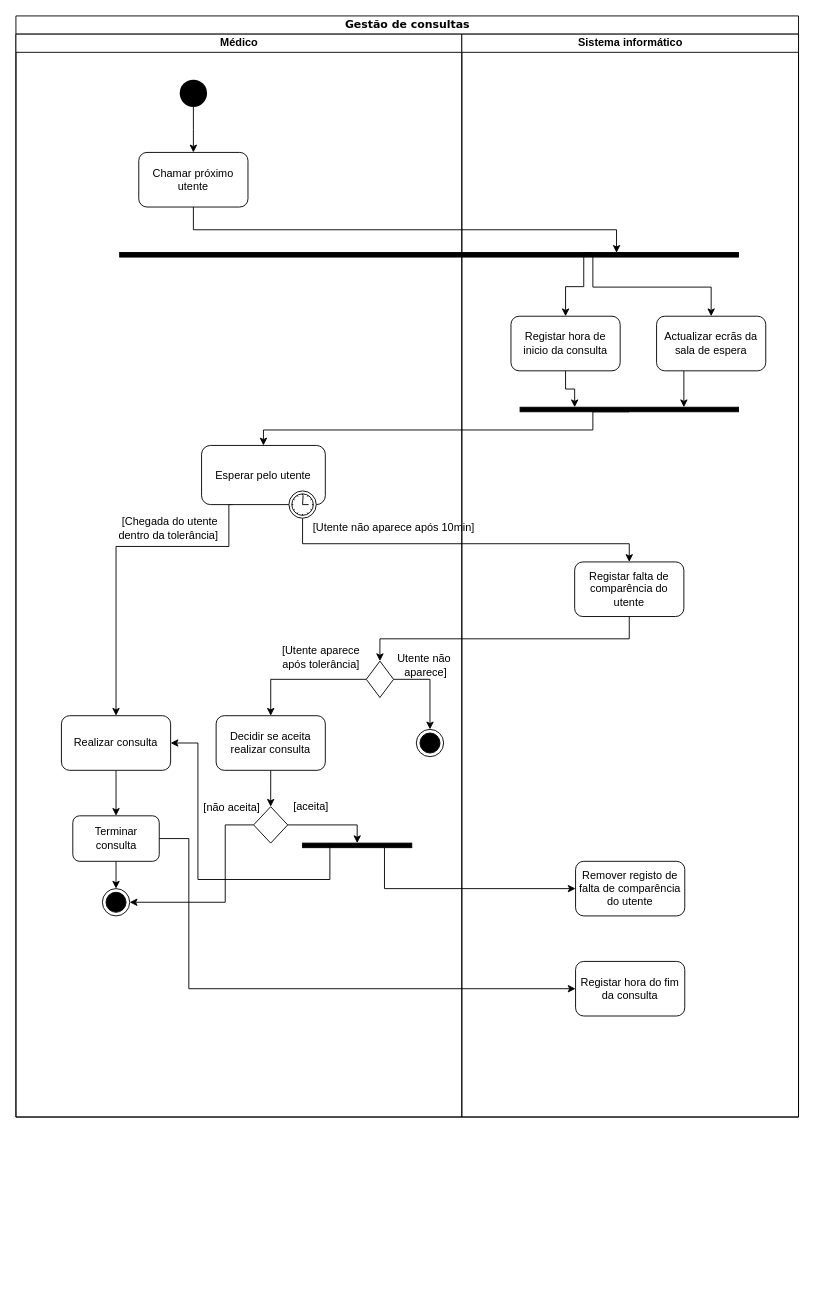
This is page "Gestão consulta" (6 of 6) of Diagramas de actividades.drawio from carlan92/Hospital_Management_System, a draw.io file, before an edit. Source tidied: cells renumbered, new cells numbered last; positions are measured from the earlier drawing's top-left corner, leaving out a move shared by most shapes. Both pictures are drawn from the tidied source at 91%, with x=0, y=0 at pixel (15, 15).
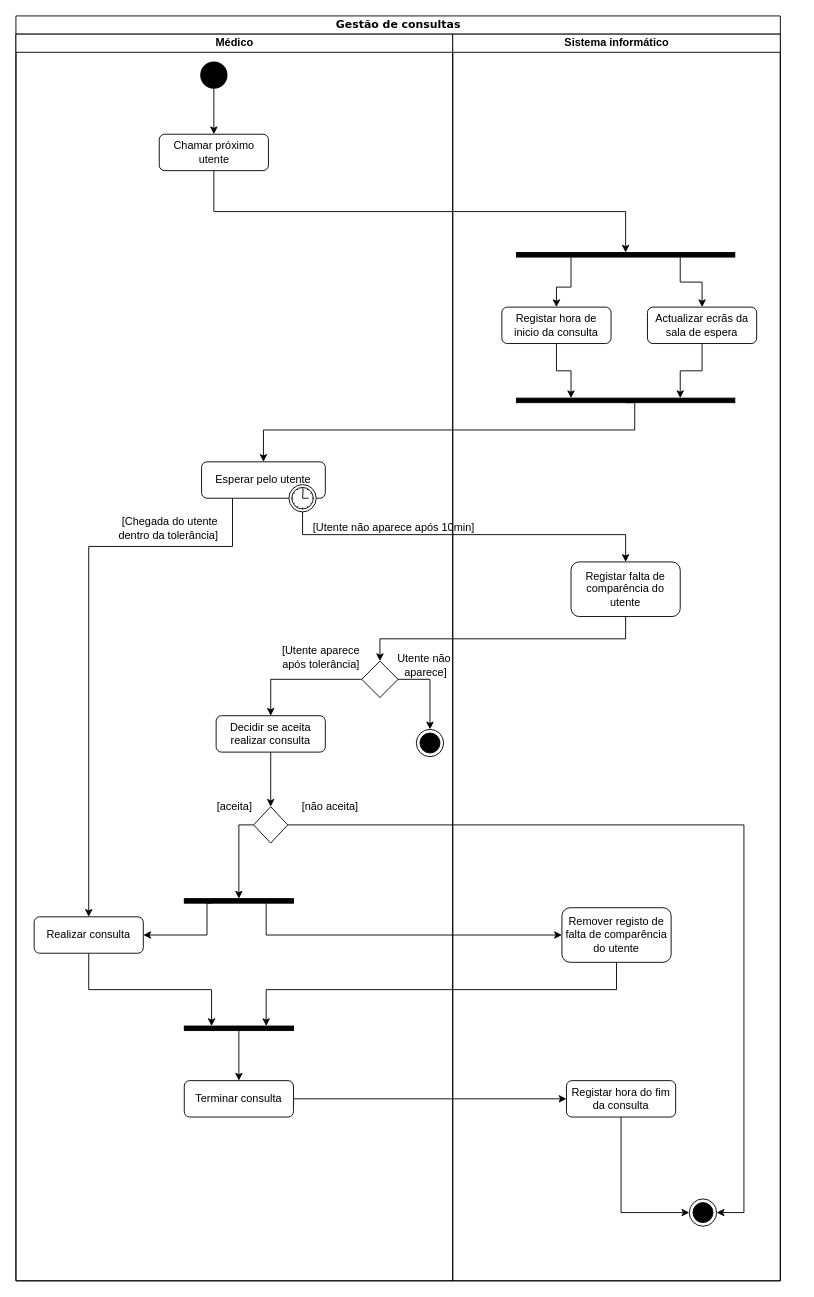
Above is the later version.

Unchanged cells that the change refers to:
```xml
<mxCell id="16" style="rhombus;whiteSpace=wrap;html=1;" parent="6" vertex="1">
  <mxGeometry x="261.2" y="849" width="37.5" height="40" as="geometry" />
</mxCell>
<mxCell id="28" style="shape=mxgraph.bpmn.timer_start;perimeter=ellipsePerimeter;html=1;verticalLabelPosition=bottom;verticalAlign=top;outlineConnect=0;" parent="27" vertex="1">
  <mxGeometry x="1" y="1" width="30" height="30" relative="1" as="geometry">
    <mxPoint x="-40" y="-15" as="offset" />
  </mxGeometry>
</mxCell>
```

What changed in the source:
```diff
@@
     <mxCell id="2" value="Gestão de consultas" style="swimlane;html=1;startSize=20;rounded=0;shadow=0;comic=0;labelBackgroundColor=none;strokeWidth=1;fontFamily=Verdana;fontSize=12;align=center;" parent="1" vertex="1">
-      <mxGeometry width="860" height="1210" as="geometry" />
+      <mxGeometry width="840" height="1390" as="geometry" />
     </mxCell>
-    <mxCell id="3" style="edgeStyle=orthogonalEdgeStyle;rounded=0;jettySize=auto;html=1;exitX=0.5;exitY=1;exitDx=0;exitDy=0;entryX=0.197;entryY=0.941;entryDx=0;entryDy=0;entryPerimeter=0;strokeColor=#000000;" parent="2" edge="1" source="9" target="47">
+    <mxCell id="3" style="edgeStyle=orthogonalEdgeStyle;rounded=0;jettySize=auto;html=1;exitX=0.5;exitY=1;exitDx=0;exitDy=0;strokeColor=#000000;" parent="2" edge="1" source="9" target="47">
       <mxGeometry relative="1" as="geometry" />
     </mxCell>
     <mxCell id="4" style="edgeStyle=orthogonalEdgeStyle;rounded=0;jettySize=auto;html=1;exitX=0.5;exitY=0;exitDx=0;exitDy=0;strokeColor=#000000;" parent="2" edge="1" source="48" target="27">
       <mxGeometry relative="1" as="geometry">
         <Array as="points">
-          <mxPoint x="634" y="455" />
+          <mxPoint x="680" y="455" />
           <mxPoint x="272" y="455" />
         </Array>
       </mxGeometry>
     </mxCell>
     <mxCell id="5" style="edgeStyle=orthogonalEdgeStyle;rounded=0;jettySize=auto;html=1;exitX=0.5;exitY=1;exitDx=0;exitDy=0;exitPerimeter=0;strokeColor=#000000;entryX=0.5;entryY=0;entryDx=0;entryDy=0;" parent="2" edge="1" source="28" target="42">
       <mxGeometry relative="1" as="geometry">
         <Array as="points">
-          <mxPoint x="315" y="580" />
-          <mxPoint x="674" y="580" />
+          <mxPoint x="315" y="570" />
+          <mxPoint x="670" y="570" />
         </Array>
       </mxGeometry>
     </mxCell>
+    <mxCell id="36" style="edgeStyle=orthogonalEdgeStyle;rounded=0;jettySize=auto;html=1;exitX=0.25;exitY=0;exitDx=0;exitDy=0;entryX=0;entryY=0.5;entryDx=0;entryDy=0;strokeColor=#000000;" parent="2" edge="1" source="25" target="43">
+      <mxGeometry relative="1" as="geometry">
+        <Array as="points">
+          <mxPoint x="275" y="1010" />
+        </Array>
+      </mxGeometry>
+    </mxCell>
+    <mxCell id="35" style="edgeStyle=orthogonalEdgeStyle;rounded=0;jettySize=auto;html=1;entryX=0;entryY=0.5;entryDx=0;entryDy=0;" parent="2" edge="1" source="18" target="44">
+      <mxGeometry relative="1" as="geometry" />
+    </mxCell>
     <mxCell id="6" value="Médico" style="swimlane;html=1;startSize=20;" parent="2" vertex="1">
-      <mxGeometry y="20" width="490" height="1190" as="geometry" />
+      <mxGeometry y="20" width="480" height="1370" as="geometry" />
     </mxCell>
     <mxCell id="7" style="ellipse;fillColor=#000000;strokeColor=none;" parent="6" vertex="1">
-      <mxGeometry x="180" y="50" width="30" height="30" as="geometry" />
+      <mxGeometry x="202.5" y="30" width="30" height="30" as="geometry" />
     </mxCell>
     <mxCell id="8" style="edgeStyle=orthogonalEdgeStyle;rounded=0;jettySize=auto;html=1;exitX=0.5;exitY=1;exitDx=0;exitDy=0;entryX=0.5;entryY=0;entryDx=0;entryDy=0;" parent="6" edge="1" source="7">
       <mxGeometry relative="1" as="geometry">
-        <mxPoint x="195" y="130" as="targetPoint" />
+        <mxPoint x="217.5" y="110" as="targetPoint" />
       </mxGeometry>
     </mxCell>
     <mxCell id="9" value="Chamar próximo utente" style="rounded=1;whiteSpace=wrap;html=1;" parent="6" vertex="1">
-      <mxGeometry x="135" y="130" width="120" height="60" as="geometry" />
+      <mxGeometry x="157.5" y="110" width="120" height="40" as="geometry" />
     </mxCell>
-    <mxCell id="10" style="edgeStyle=orthogonalEdgeStyle;rounded=0;jettySize=auto;html=1;exitX=0.5;exitY=1;exitDx=0;exitDy=0;entryX=0.5;entryY=0;entryDx=0;entryDy=0;" parent="6" edge="1" source="11">
+    <mxCell id="10" style="edgeStyle=orthogonalEdgeStyle;rounded=0;jettySize=auto;html=1;exitX=0.5;exitY=1;exitDx=0;exitDy=0;entryX=0.75;entryY=1;entryDx=0;entryDy=0;" parent="6" edge="1" source="11" target="51">
       <mxGeometry relative="1" as="geometry">
-        <mxPoint x="110" y="859" as="targetPoint" />
+        <Array as="points">
+          <mxPoint x="80" y="1050" />
+          <mxPoint x="215" y="1050" />
+        </Array>
       </mxGeometry>
     </mxCell>
     <mxCell id="11" value="Realizar consulta" style="rounded=1;whiteSpace=wrap;html=1;" parent="6" vertex="1">
-      <mxGeometry x="50" y="749" width="120" height="60" as="geometry" />
+      <mxGeometry x="20" y="970" width="120" height="40" as="geometry" />
     </mxCell>
@@
     <mxCell id="13" value="Decidir se aceita realizar consulta" style="rounded=1;whiteSpace=wrap;html=1;" parent="6" vertex="1">
-      <mxGeometry x="220" y="749" width="120" height="60" as="geometry" />
+      <mxGeometry x="220" y="749" width="120" height="40" as="geometry" />
     </mxCell>
-    <mxCell id="14" style="edgeStyle=orthogonalEdgeStyle;rounded=0;jettySize=auto;html=1;exitX=1;exitY=0.5;exitDx=0;exitDy=0;entryX=0.5;entryY=1;entryDx=0;entryDy=0;strokeColor=#000000;" parent="6" edge="1" source="16" target="25">
-      <mxGeometry relative="1" as="geometry" />
+    <mxCell id="14" style="edgeStyle=orthogonalEdgeStyle;rounded=0;jettySize=auto;html=1;entryX=0.5;entryY=1;entryDx=0;entryDy=0;exitX=0;exitY=0.5;exitDx=0;exitDy=0;" parent="6" edge="1" source="16" target="25">
+      <mxGeometry relative="1" as="geometry">
+        <Array as="points">
+          <mxPoint x="245" y="869" />
+        </Array>
+      </mxGeometry>
     </mxCell>
-    <mxCell id="15" style="edgeStyle=orthogonalEdgeStyle;rounded=0;jettySize=auto;html=1;exitX=0;exitY=0.5;exitDx=0;exitDy=0;entryX=1;entryY=0.5;entryDx=0;entryDy=0;strokeColor=#000000;" parent="6" edge="1" source="16" target="19">
-      <mxGeometry relative="1" as="geometry">
-        <Array as="points">
-          <mxPoint x="230" y="869" />
-          <mxPoint x="230" y="954" />
-        </Array>
-      </mxGeometry>
-    </mxCell>
@@
-    <mxCell id="17" style="edgeStyle=orthogonalEdgeStyle;rounded=0;jettySize=auto;html=1;exitX=0.5;exitY=1;exitDx=0;exitDy=0;entryX=0.5;entryY=0;entryDx=0;entryDy=0;strokeColor=#000000;" parent="6" edge="1" source="18" target="19">
-      <mxGeometry relative="1" as="geometry" />
-    </mxCell>
     <mxCell id="18" value="Terminar consulta" style="rounded=1;whiteSpace=wrap;html=1;" parent="6" vertex="1">
-      <mxGeometry x="62.5" y="859" width="95" height="50" as="geometry" />
+      <mxGeometry x="185" y="1150" width="120" height="40" as="geometry" />
     </mxCell>
-    <mxCell id="19" style="ellipse;html=1;shape=endState;fillColor=#000000;strokeColor=#000000;" parent="6" vertex="1">
-      <mxGeometry x="95" y="939" width="30" height="30" as="geometry" />
-    </mxCell>
@@
     <mxCell id="22" value="[não aceita]" style="text;html=1;align=center;verticalAlign=middle;" parent="6" vertex="1">
-      <mxGeometry x="197.2" y="840" width="80" height="20" as="geometry" />
+      <mxGeometry x="305" y="839" width="80" height="20" as="geometry" />
     </mxCell>
-    <mxCell id="23" value="[aceita]" style="text;html=1;align=center;verticalAlign=middle;" parent="6" vertex="1">
-      <mxGeometry x="299" y="839" width="50" height="20" as="geometry" />
-    </mxCell>
-    <mxCell id="24" style="edgeStyle=orthogonalEdgeStyle;rounded=0;jettySize=auto;html=1;exitX=0.75;exitY=1;exitDx=0;exitDy=0;entryX=1;entryY=0.5;entryDx=0;entryDy=0;strokeColor=#000000;" parent="6" edge="1" source="25" target="11">
+    <mxCell id="24" style="edgeStyle=orthogonalEdgeStyle;rounded=0;jettySize=auto;html=1;entryX=1;entryY=0.5;entryDx=0;entryDy=0;strokeColor=#000000;exitX=0.75;exitY=0;exitDx=0;exitDy=0;" parent="6" edge="1" source="25" target="11">
       <mxGeometry relative="1" as="geometry">
         <Array as="points">
-          <mxPoint x="345" y="929" />
-          <mxPoint x="200" y="929" />
-          <mxPoint x="200" y="779" />
+          <mxPoint x="210" y="990" />
         </Array>
       </mxGeometry>
     </mxCell>
     <mxCell id="25" style="rounded=0;whiteSpace=wrap;html=1;fillColor=#000000;direction=west;" parent="6" vertex="1">
-      <mxGeometry x="315" y="889" width="120" height="5" as="geometry" />
+      <mxGeometry x="185" y="950" width="120" height="5" as="geometry" />
     </mxCell>
-    <mxCell id="26" style="edgeStyle=orthogonalEdgeStyle;rounded=0;jettySize=auto;html=1;exitX=0.25;exitY=1;exitDx=0;exitDy=0;strokeColor=#000000;" parent="6" edge="1" source="27" target="11">
+    <mxCell id="26" style="edgeStyle=orthogonalEdgeStyle;rounded=0;jettySize=auto;html=1;exitX=0.25;exitY=1;exitDx=0;exitDy=0;strokeColor=#000000;entryX=0.5;entryY=0;entryDx=0;entryDy=0;" parent="6" edge="1" source="27" target="11">
       <mxGeometry relative="1" as="geometry">
         <Array as="points">
-          <mxPoint x="234" y="563" />
-          <mxPoint x="110" y="563" />
+          <mxPoint x="238" y="563" />
+          <mxPoint x="80" y="563" />
         </Array>
       </mxGeometry>
     </mxCell>
     <mxCell id="27" value="Esperar pelo utente" style="html=1;whiteSpace=wrap;rounded=1;" parent="6" vertex="1">
-      <mxGeometry x="204" y="452" width="136" height="65" as="geometry" />
+      <mxGeometry x="204" y="470" width="136" height="40" as="geometry" />
     </mxCell>
@@
     <mxCell id="31" style="rhombus;whiteSpace=wrap;html=1;fillColor=#FFFFFF;" parent="6" vertex="1">
-      <mxGeometry x="385" y="689" width="30" height="40" as="geometry" />
+      <mxGeometry x="380" y="689" width="40" height="40" as="geometry" />
     </mxCell>
@@
-    <mxCell id="35" style="edgeStyle=orthogonalEdgeStyle;rounded=0;jettySize=auto;html=1;exitX=1;exitY=0.5;exitDx=0;exitDy=0;entryX=0;entryY=0.5;entryDx=0;entryDy=0;" parent="2" edge="1" source="18" target="44">
-      <mxGeometry relative="1" as="geometry">
-        <Array as="points">
-          <mxPoint x="190" y="904" />
-          <mxPoint x="190" y="1069" />
-        </Array>
-      </mxGeometry>
-    </mxCell>
-    <mxCell id="36" style="edgeStyle=orthogonalEdgeStyle;rounded=0;jettySize=auto;html=1;exitX=0.25;exitY=0;exitDx=0;exitDy=0;entryX=0;entryY=0.5;entryDx=0;entryDy=0;strokeColor=#000000;" parent="2" edge="1" source="25" target="43">
-      <mxGeometry relative="1" as="geometry" />
-    </mxCell>
+    <mxCell id="23" value="[aceita]" style="text;html=1;align=center;verticalAlign=middle;" parent="6" vertex="1">
+      <mxGeometry x="215" y="839" width="50" height="20" as="geometry" />
+    </mxCell>
+    <mxCell id="50" style="edgeStyle=orthogonalEdgeStyle;rounded=0;jettySize=auto;html=1;" parent="6" edge="1" source="51" target="18">
+      <mxGeometry relative="1" as="geometry" />
+    </mxCell>
+    <mxCell id="51" style="rounded=0;whiteSpace=wrap;html=1;fillColor=#000000;direction=west;" parent="6" vertex="1">
+      <mxGeometry x="185" y="1090" width="120" height="5" as="geometry" />
+    </mxCell>
+    <mxCell id="49" style="edgeStyle=orthogonalEdgeStyle;rounded=0;jettySize=auto;html=1;exitX=0.5;exitY=1;exitDx=0;exitDy=0;entryX=0.5;entryY=0;entryDx=0;entryDy=0;strokeColor=#000000;" parent="2" edge="1" source="42" target="31">
+      <mxGeometry relative="1" as="geometry" />
+    </mxCell>
+    <mxCell id="15" style="edgeStyle=orthogonalEdgeStyle;rounded=0;jettySize=auto;html=1;exitX=1;exitY=0.5;exitDx=0;exitDy=0;strokeColor=#000000;entryX=1;entryY=0.5;entryDx=0;entryDy=0;" parent="2" edge="1" source="16" target="19">
+      <mxGeometry relative="1" as="geometry">
+        <Array as="points">
+          <mxPoint x="800" y="889" />
+          <mxPoint x="800" y="1315" />
+        </Array>
+      </mxGeometry>
+    </mxCell>
+    <mxCell id="52" style="edgeStyle=orthogonalEdgeStyle;rounded=0;jettySize=auto;html=1;entryX=0.25;entryY=1;entryDx=0;entryDy=0;exitX=0.5;exitY=1;exitDx=0;exitDy=0;" parent="2" edge="1" source="43" target="51">
+      <mxGeometry relative="1" as="geometry">
+        <Array as="points">
+          <mxPoint x="660" y="1070" />
+          <mxPoint x="275" y="1070" />
+        </Array>
+      </mxGeometry>
+    </mxCell>
     <mxCell id="37" value="Sistema informático" style="swimlane;html=1;startSize=20;" parent="2" vertex="1">
-      <mxGeometry x="490" y="20" width="370" height="1190" as="geometry" />
+      <mxGeometry x="480" y="20" width="360" height="1370" as="geometry" />
     </mxCell>
-    <mxCell id="38" style="edgeStyle=orthogonalEdgeStyle;rounded=0;jettySize=auto;html=1;exitX=0.25;exitY=1;exitDx=0;exitDy=0;entryX=0.25;entryY=1;entryDx=0;entryDy=0;strokeColor=#000000;" parent="37" edge="1" source="39" target="48">
+    <mxCell id="38" style="edgeStyle=orthogonalEdgeStyle;rounded=0;jettySize=auto;html=1;exitX=0.5;exitY=1;exitDx=0;exitDy=0;entryX=0.25;entryY=1;entryDx=0;entryDy=0;" parent="37" edge="1" source="39" target="48">
       <mxGeometry relative="1" as="geometry" />
     </mxCell>
     <mxCell id="39" value="Actualizar ecrãs da sala de espera" style="rounded=1;whiteSpace=wrap;html=1;" parent="37" vertex="1">
-      <mxGeometry x="214" y="310" width="120" height="60" as="geometry" />
+      <mxGeometry x="214" y="300" width="120" height="40" as="geometry" />
     </mxCell>
-    <mxCell id="40" style="edgeStyle=orthogonalEdgeStyle;rounded=0;jettySize=auto;html=1;exitX=0.5;exitY=1;exitDx=0;exitDy=0;entryX=0.75;entryY=1;entryDx=0;entryDy=0;strokeColor=#000000;" parent="37" edge="1" source="41" target="48">
+    <mxCell id="40" style="edgeStyle=orthogonalEdgeStyle;rounded=0;jettySize=auto;html=1;exitX=0.5;exitY=1;exitDx=0;exitDy=0;entryX=0.75;entryY=1;entryDx=0;entryDy=0;" parent="37" edge="1" source="41" target="48">
       <mxGeometry relative="1" as="geometry" />
     </mxCell>
     <mxCell id="41" value="Registar hora de inicio da consulta" style="rounded=1;whiteSpace=wrap;html=1;" parent="37" vertex="1">
-      <mxGeometry x="54" y="310" width="120" height="60" as="geometry" />
+      <mxGeometry x="54" y="300" width="120" height="40" as="geometry" />
     </mxCell>
     <mxCell id="42" value="Registar falta de comparência do utente" style="rounded=1;whiteSpace=wrap;html=1;" parent="37" vertex="1">
-      <mxGeometry x="124" y="580" width="120" height="60" as="geometry" />
+      <mxGeometry x="130" y="580" width="120" height="60" as="geometry" />
     </mxCell>
     <mxCell id="43" value="Remover registo de falta de comparência do utente" style="rounded=1;whiteSpace=wrap;html=1;" parent="37" vertex="1">
-      <mxGeometry x="125" y="909" width="120" height="60" as="geometry" />
+      <mxGeometry x="120" y="960" width="120" height="60" as="geometry" />
     </mxCell>
     <mxCell id="44" value="Registar hora do fim da consulta" style="rounded=1;whiteSpace=wrap;html=1;" parent="37" vertex="1">
-      <mxGeometry x="125" y="1019" width="120" height="60" as="geometry" />
+      <mxGeometry x="125" y="1150" width="120" height="40" as="geometry" />
     </mxCell>
+    <mxCell id="46" style="edgeStyle=orthogonalEdgeStyle;rounded=0;jettySize=auto;html=1;exitX=0.25;exitY=0;exitDx=0;exitDy=0;entryX=0.5;entryY=0;entryDx=0;entryDy=0;" parent="37" edge="1" source="47" target="39">
+      <mxGeometry relative="1" as="geometry" />
+    </mxCell>
-    <mxCell id="45" style="edgeStyle=orthogonalEdgeStyle;rounded=0;jettySize=auto;html=1;exitX=0.25;exitY=0;exitDx=0;exitDy=0;entryX=0.5;entryY=0;entryDx=0;entryDy=0;strokeColor=#000000;" parent="37" edge="1" source="47" target="41">
-      <mxGeometry relative="1" as="geometry" />
+    <mxCell id="45" style="edgeStyle=orthogonalEdgeStyle;rounded=0;jettySize=auto;html=1;exitX=0.75;exitY=1;exitDx=0;exitDy=0;entryX=0.5;entryY=0;entryDx=0;entryDy=0;" parent="37" edge="1" source="47" target="41">
+      <mxGeometry relative="1" as="geometry">
+        <Array as="points">
+          <mxPoint x="130" y="278" />
+          <mxPoint x="114" y="278" />
+        </Array>
+      </mxGeometry>
     </mxCell>
-    <mxCell id="46" style="edgeStyle=orthogonalEdgeStyle;rounded=0;jettySize=auto;html=1;exitX=0.25;exitY=1;exitDx=0;exitDy=0;entryX=0.5;entryY=0;entryDx=0;entryDy=0;strokeColor=#000000;" parent="37" edge="1" source="47" target="39">
-      <mxGeometry relative="1" as="geometry">
-        <Array as="points">
-          <mxPoint x="144" y="240" />
-          <mxPoint x="144" y="278" />
-          <mxPoint x="274" y="278" />
-        </Array>
-      </mxGeometry>
-    </mxCell>
     <mxCell id="47" style="rounded=0;whiteSpace=wrap;html=1;fillColor=#000000;direction=west;" parent="37" vertex="1">
-      <mxGeometry x="-376" y="240" width="680" height="5" as="geometry" />
+      <mxGeometry x="70" y="240" width="240" height="5" as="geometry" />
     </mxCell>
     <mxCell id="48" style="rounded=0;whiteSpace=wrap;html=1;fillColor=#000000;direction=west;" parent="37" vertex="1">
-      <mxGeometry x="64" y="410" width="240" height="5" as="geometry" />
+      <mxGeometry x="70" y="400" width="240" height="5" as="geometry" />
     </mxCell>
-    <mxCell id="49" style="edgeStyle=orthogonalEdgeStyle;rounded=0;jettySize=auto;html=1;exitX=0.5;exitY=1;exitDx=0;exitDy=0;entryX=0.5;entryY=0;entryDx=0;entryDy=0;strokeColor=#000000;" parent="2" edge="1" source="42" target="31">
-      <mxGeometry relative="1" as="geometry" />
-    </mxCell>
+    <mxCell id="19" style="ellipse;html=1;shape=endState;fillColor=#000000;strokeColor=#000000;" parent="37" vertex="1">
+      <mxGeometry x="260" y="1280" width="30" height="30" as="geometry" />
+    </mxCell>
+    <mxCell id="53" style="edgeStyle=orthogonalEdgeStyle;rounded=0;jettySize=auto;html=1;exitX=0.5;exitY=1;exitDx=0;exitDy=0;entryX=0;entryY=0.5;entryDx=0;entryDy=0;" parent="37" edge="1" source="44" target="19">
+      <mxGeometry relative="1" as="geometry" />
+    </mxCell>
```
